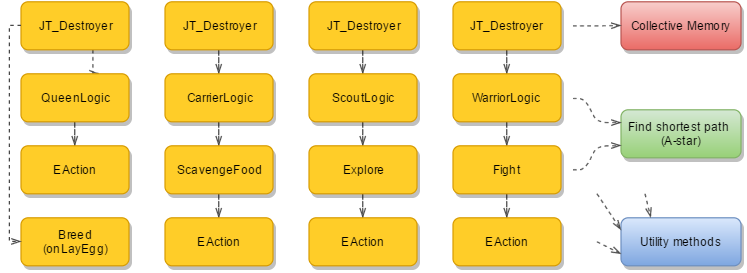
The draw.io diagram img/hierachy.png in hardboilr/AIAntKiller, before a commit. Source tidied: cells renumbered, new cells last; positions are measured from the earlier drawing's top-left corner, leaving out a move shared by most shapes.
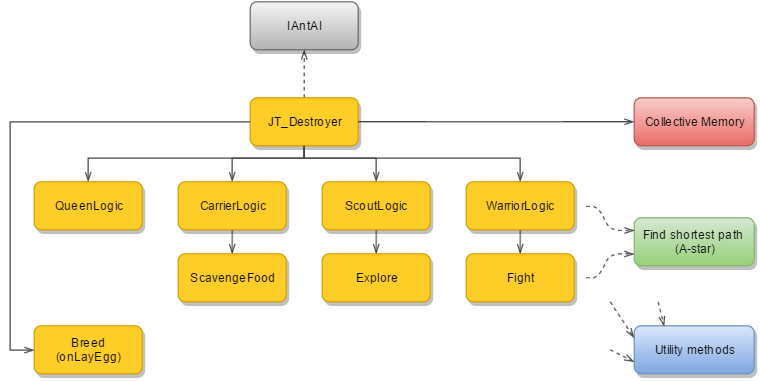
After the commit.

The edit, as a diff of the source:
```diff
@@ -2,116 +2,99 @@
   <root>
     <mxCell id="0" />
     <mxCell id="1" parent="0" />
-    <mxCell id="2" style="edgeStyle=orthogonalEdgeStyle;rounded=0;html=1;jettySize=auto;fontSize=10;strokeColor=#474747;shadow=0;dashed=1;endArrow=openThin;endFill=0;" parent="1" edge="1" source="3" target="5">
-      <mxGeometry relative="1" as="geometry" />
+    <mxCell id="2" style="edgeStyle=orthogonalEdgeStyle;rounded=0;html=1;jettySize=auto;fontSize=10;strokeColor=#474747;shadow=0;endArrow=openThin;endFill=0;" parent="1" edge="1" source="10" target="5">
+      <mxGeometry relative="1" as="geometry">
+        <Array as="points">
+          <mxPoint x="235" y="40" />
+          <mxPoint x="175" y="40" />
+        </Array>
+      </mxGeometry>
     </mxCell>
-    <mxCell id="3" value="JT_Destroyer" style="whiteSpace=wrap;html=1;fontSize=10;plain-orange;rounded=1;glass=0;comic=0;shadow=1;gradientColor=none;" parent="1" vertex="1">
-      <mxGeometry x="130" width="90" height="40" as="geometry" />
-    </mxCell>
-    <mxCell id="4" style="edgeStyle=orthogonalEdgeStyle;rounded=0;html=1;jettySize=auto;fontSize=10;strokeColor=#474747;shadow=0;dashed=1;endArrow=openThin;endFill=0;" parent="1" edge="1" source="5" target="7">
+    <mxCell id="4" style="edgeStyle=orthogonalEdgeStyle;rounded=0;html=1;jettySize=auto;fontSize=10;strokeColor=#474747;shadow=0;endArrow=openThin;endFill=0;" parent="1" edge="1" source="5" target="7">
       <mxGeometry relative="1" as="geometry" />
     </mxCell>
     <mxCell id="5" value="CarrierLogic" style="whiteSpace=wrap;html=1;fontSize=10;plain-orange;rounded=1;glass=0;comic=0;shadow=1;gradientColor=none;" parent="1" vertex="1">
       <mxGeometry x="130" y="60" width="90" height="40" as="geometry" />
     </mxCell>
-    <mxCell id="6" style="edgeStyle=orthogonalEdgeStyle;rounded=0;html=1;jettySize=auto;fontSize=10;strokeColor=#474747;shadow=0;dashed=1;endArrow=openThin;endFill=0;" parent="1" edge="1" source="7" target="8">
-      <mxGeometry relative="1" as="geometry" />
-    </mxCell>
     <mxCell id="7" value="ScavengeFood" style="whiteSpace=wrap;html=1;fontSize=10;plain-orange;rounded=1;glass=0;comic=0;shadow=1;gradientColor=none;" parent="1" vertex="1">
       <mxGeometry x="130" y="120" width="90" height="40" as="geometry" />
     </mxCell>
-    <mxCell id="8" value="EAction" style="whiteSpace=wrap;html=1;fontSize=10;plain-orange;rounded=1;glass=0;comic=0;shadow=1;gradientColor=none;" parent="1" vertex="1">
-      <mxGeometry x="130" y="180" width="90" height="40" as="geometry" />
-    </mxCell>
-    <mxCell id="9" style="edgeStyle=orthogonalEdgeStyle;rounded=0;html=1;jettySize=auto;fontSize=10;strokeColor=#474747;shadow=0;dashed=1;endArrow=openThin;endFill=0;" parent="1" edge="1" source="10" target="12">
+    <mxCell id="9" style="edgeStyle=orthogonalEdgeStyle;rounded=0;html=1;jettySize=auto;fontSize=10;strokeColor=#474747;shadow=0;endArrow=openThin;endFill=0;" parent="1" edge="1" source="10" target="12">
       <mxGeometry relative="1" as="geometry">
         <Array as="points">
-          <mxPoint x="70" y="60" />
-          <mxPoint x="75" y="60" />
+          <mxPoint x="235" y="40" />
+          <mxPoint x="55" y="40" />
         </Array>
       </mxGeometry>
     </mxCell>
+    <mxCell id="39" style="edgeStyle=orthogonalEdgeStyle;rounded=0;comic=0;html=1;shadow=0;endArrow=openThin;endFill=0;jettySize=auto;strokeColor=#474747;fontSize=10;dashed=1;" parent="1" edge="1" source="10" target="40">
+      <mxGeometry relative="1" as="geometry" />
+    </mxCell>
     <mxCell id="10" value="JT_Destroyer" style="whiteSpace=wrap;html=1;fontSize=10;plain-orange;rounded=1;glass=0;comic=0;shadow=1;gradientColor=none;" parent="1" vertex="1">
-      <mxGeometry x="10" width="90" height="40" as="geometry" />
+      <mxGeometry x="190" y="-10" width="90" height="40" as="geometry" />
     </mxCell>
-    <mxCell id="11" style="edgeStyle=orthogonalEdgeStyle;rounded=0;html=1;jettySize=auto;fontSize=10;strokeColor=#474747;shadow=0;dashed=1;endArrow=openThin;endFill=0;" parent="1" edge="1" source="12" target="13">
-      <mxGeometry relative="1" as="geometry" />
-    </mxCell>
+    <mxCell id="40" value="IAntAI" style="whiteSpace=wrap;html=1;fontSize=10;rounded=1;glass=0;comic=0;shadow=1;plain-gray;" parent="1" vertex="1">
+      <mxGeometry x="190" y="-90" width="90" height="40" as="geometry" />
+    </mxCell>
     <mxCell id="12" value="QueenLogic" style="whiteSpace=wrap;html=1;fontSize=10;plain-orange;rounded=1;glass=0;comic=0;shadow=1;gradientColor=none;" parent="1" vertex="1">
       <mxGeometry x="10" y="60" width="90" height="40" as="geometry" />
     </mxCell>
-    <mxCell id="13" value="EAction" style="whiteSpace=wrap;html=1;fontSize=10;plain-orange;rounded=1;glass=0;comic=0;shadow=1;gradientColor=none;" parent="1" vertex="1">
-      <mxGeometry x="10" y="120" width="90" height="40" as="geometry" />
-    </mxCell>
     <mxCell id="14" value="Find shortest path&amp;nbsp;&lt;div&gt;(A-star)&lt;/div&gt;" style="whiteSpace=wrap;html=1;fontSize=10;rounded=1;glass=0;comic=0;shadow=1;plain-green;" parent="1" vertex="1">
       <mxGeometry x="510" y="90" width="100" height="40" as="geometry" />
     </mxCell>
     <mxCell id="15" value="Utility methods" style="whiteSpace=wrap;html=1;fontSize=10;rounded=1;glass=0;comic=0;shadow=1;plain-blue;" parent="1" vertex="1">
       <mxGeometry x="510" y="180" width="100" height="40" as="geometry" />
     </mxCell>
-    <mxCell id="16" style="edgeStyle=orthogonalEdgeStyle;rounded=0;html=1;jettySize=auto;fontSize=10;strokeColor=#474747;shadow=0;dashed=1;endArrow=openThin;endFill=0;" parent="1" edge="1" source="17" target="19">
-      <mxGeometry relative="1" as="geometry" />
+    <mxCell id="16" style="edgeStyle=orthogonalEdgeStyle;rounded=0;html=1;jettySize=auto;fontSize=10;strokeColor=#474747;shadow=0;endArrow=openThin;endFill=0;" parent="1" edge="1" source="10" target="19">
+      <mxGeometry relative="1" as="geometry">
+        <Array as="points">
+          <mxPoint x="235" y="40" />
+          <mxPoint x="295" y="40" />
+        </Array>
+      </mxGeometry>
     </mxCell>
-    <mxCell id="17" value="JT_Destroyer" style="whiteSpace=wrap;html=1;fontSize=10;plain-orange;rounded=1;glass=0;comic=0;shadow=1;gradientColor=none;" parent="1" vertex="1">
-      <mxGeometry x="250" width="90" height="40" as="geometry" />
-    </mxCell>
-    <mxCell id="18" style="edgeStyle=orthogonalEdgeStyle;rounded=0;html=1;jettySize=auto;fontSize=10;strokeColor=#474747;shadow=0;dashed=1;endArrow=openThin;endFill=0;" parent="1" edge="1" source="19" target="21">
+    <mxCell id="18" style="edgeStyle=orthogonalEdgeStyle;rounded=0;html=1;jettySize=auto;fontSize=10;strokeColor=#474747;shadow=0;endArrow=openThin;endFill=0;" parent="1" edge="1" source="19" target="21">
       <mxGeometry relative="1" as="geometry" />
     </mxCell>
     <mxCell id="19" value="ScoutLogic" style="whiteSpace=wrap;html=1;fontSize=10;plain-orange;rounded=1;glass=0;comic=0;shadow=1;gradientColor=none;" parent="1" vertex="1">
       <mxGeometry x="250" y="60" width="90" height="40" as="geometry" />
     </mxCell>
-    <mxCell id="20" style="edgeStyle=orthogonalEdgeStyle;rounded=0;html=1;jettySize=auto;fontSize=10;strokeColor=#474747;shadow=0;dashed=1;endArrow=openThin;endFill=0;" parent="1" edge="1" source="21" target="22">
-      <mxGeometry relative="1" as="geometry" />
-    </mxCell>
     <mxCell id="21" value="Explore" style="whiteSpace=wrap;html=1;fontSize=10;plain-orange;rounded=1;glass=0;comic=0;shadow=1;gradientColor=none;" parent="1" vertex="1">
       <mxGeometry x="250" y="120" width="90" height="40" as="geometry" />
     </mxCell>
-    <mxCell id="22" value="EAction" style="whiteSpace=wrap;html=1;fontSize=10;plain-orange;rounded=1;glass=0;comic=0;shadow=1;gradientColor=none;" parent="1" vertex="1">
-      <mxGeometry x="250" y="180" width="90" height="40" as="geometry" />
-    </mxCell>
     <mxCell id="23" value="Breed&lt;div&gt;(onLayEgg)&lt;/div&gt;" style="whiteSpace=wrap;html=1;fontSize=10;plain-orange;rounded=1;glass=0;comic=0;shadow=1;gradientColor=none;" parent="1" vertex="1">
       <mxGeometry x="10" y="180" width="90" height="40" as="geometry" />
     </mxCell>
-    <mxCell id="24" style="edgeStyle=orthogonalEdgeStyle;rounded=0;html=1;jettySize=auto;fontSize=10;strokeColor=#474747;shadow=0;dashed=1;endArrow=openThin;endFill=0;" parent="1" edge="1" source="10" target="23">
+    <mxCell id="24" style="edgeStyle=orthogonalEdgeStyle;rounded=0;html=1;jettySize=auto;fontSize=10;strokeColor=#474747;shadow=0;endArrow=openThin;endFill=0;" parent="1" edge="1" source="10" target="23">
       <mxGeometry relative="1" as="geometry">
         <Array as="points">
-          <mxPoint y="20" />
-          <mxPoint y="200" />
+          <mxPoint x="-10" y="10" />
+          <mxPoint x="-10" y="200" />
         </Array>
       </mxGeometry>
     </mxCell>
-    <mxCell id="25" style="edgeStyle=orthogonalEdgeStyle;rounded=0;html=1;jettySize=auto;fontSize=10;strokeColor=#474747;shadow=0;dashed=1;endArrow=openThin;endFill=0;" parent="1" edge="1" source="26" target="28">
-      <mxGeometry relative="1" as="geometry" />
+    <mxCell id="25" style="edgeStyle=orthogonalEdgeStyle;rounded=0;html=1;jettySize=auto;fontSize=10;strokeColor=#474747;shadow=0;endArrow=openThin;endFill=0;" parent="1" edge="1" source="10" target="28">
+      <mxGeometry relative="1" as="geometry">
+        <Array as="points">
+          <mxPoint x="235" y="40" />
+          <mxPoint x="415" y="40" />
+        </Array>
+      </mxGeometry>
     </mxCell>
-    <mxCell id="26" value="JT_Destroyer" style="whiteSpace=wrap;html=1;fontSize=10;plain-orange;rounded=1;glass=0;comic=0;shadow=1;gradientColor=none;" parent="1" vertex="1">
-      <mxGeometry x="370" width="90" height="40" as="geometry" />
-    </mxCell>
-    <mxCell id="27" style="edgeStyle=orthogonalEdgeStyle;rounded=0;html=1;jettySize=auto;fontSize=10;strokeColor=#474747;shadow=0;dashed=1;endArrow=openThin;endFill=0;" parent="1" edge="1" source="28" target="30">
+    <mxCell id="27" style="edgeStyle=orthogonalEdgeStyle;rounded=0;html=1;jettySize=auto;fontSize=10;strokeColor=#474747;shadow=0;endArrow=openThin;endFill=0;" parent="1" edge="1" source="28" target="30">
       <mxGeometry relative="1" as="geometry" />
     </mxCell>
     <mxCell id="28" value="WarriorLogic" style="whiteSpace=wrap;html=1;fontSize=10;plain-orange;rounded=1;glass=0;comic=0;shadow=1;gradientColor=none;" parent="1" vertex="1">
       <mxGeometry x="370" y="60" width="90" height="40" as="geometry" />
     </mxCell>
-    <mxCell id="29" style="edgeStyle=orthogonalEdgeStyle;rounded=0;html=1;jettySize=auto;fontSize=10;strokeColor=#474747;shadow=0;dashed=1;endArrow=openThin;endFill=0;" parent="1" edge="1" source="30" target="31">
-      <mxGeometry relative="1" as="geometry" />
-    </mxCell>
     <mxCell id="30" value="Fight" style="whiteSpace=wrap;html=1;fontSize=10;plain-orange;rounded=1;glass=0;comic=0;shadow=1;gradientColor=none;" parent="1" vertex="1">
       <mxGeometry x="370" y="120" width="90" height="40" as="geometry" />
     </mxCell>
-    <mxCell id="31" value="EAction" style="whiteSpace=wrap;html=1;fontSize=10;plain-orange;rounded=1;glass=0;comic=0;shadow=1;gradientColor=none;" parent="1" vertex="1">
-      <mxGeometry x="370" y="180" width="90" height="40" as="geometry" />
-    </mxCell>
     <mxCell id="32" value="Collective Memory" style="whiteSpace=wrap;html=1;fontSize=10;rounded=1;glass=0;comic=0;shadow=1;plain-red;" parent="1" vertex="1">
-      <mxGeometry x="510" width="100" height="40" as="geometry" />
+      <mxGeometry x="510" y="-10" width="100" height="40" as="geometry" />
     </mxCell>
-    <mxCell id="33" style="endArrow=openThin;html=1;shadow=0;dashed=1;strokeColor=#474747;fontSize=10;endFill=0;entryX=0;entryY=0.5;" parent="1" edge="1" target="32">
-      <mxGeometry relative="1" as="geometry">
-        <mxPoint x="470" y="20" as="sourcePoint" />
-        <Array as="points">
-          <mxPoint x="500" y="20" />
-        </Array>
-      </mxGeometry>
+    <mxCell id="33" style="endArrow=openThin;html=1;shadow=0;strokeColor=#474747;fontSize=10;endFill=0;entryX=0;entryY=0.5;edgeStyle=orthogonalEdgeStyle;" parent="1" edge="1" source="10" target="32">
+      <mxGeometry relative="1" as="geometry" />
     </mxCell>
     <mxCell id="34" style="endArrow=openThin;html=1;shadow=0;dashed=1;strokeColor=#474747;fontSize=10;endFill=0;entryX=0;entryY=0.75;" parent="1" edge="1" target="14">
       <mxGeometry x="580" y="309" as="geometry">
```
